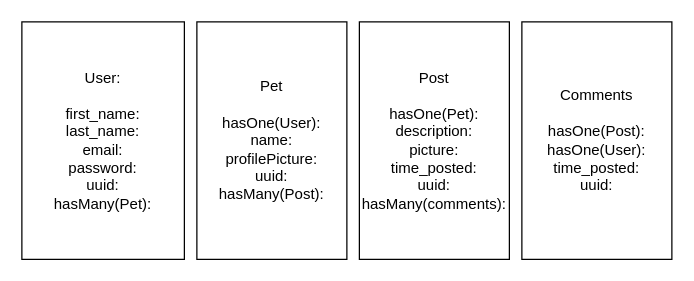
Above: page "Page-2" (2 of 4) of .dio in eljayman/pet-feed (draw.io), before the change. Source tidied: cells renumbered, new cells numbered last; positions are measured from the earlier drawing's top-left corner, leaving out a move shared by most shapes. Both pictures are drawn from the tidied source at 125%, with x=0, y=0 at pixel (21, 21).
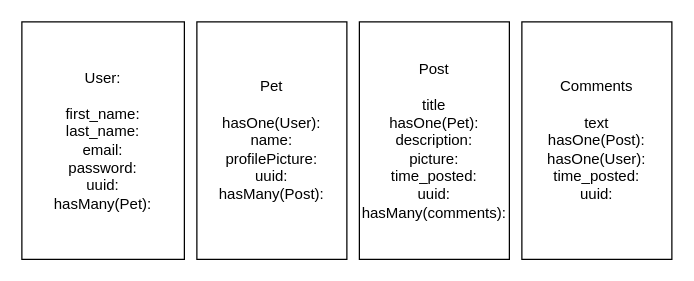
The same page after the edit.

The edit, as a diff of the source:
```diff
@@
 <mxGraphModel>
   <root>
     <mxCell id="0" />
     <mxCell id="1" parent="0" />
     <mxCell id="2" value="User:&lt;br&gt;&lt;br&gt;first_name:&lt;br&gt;last_name:&lt;br&gt;email:&lt;br&gt;password:&lt;br&gt;uuid:&lt;br&gt;hasMany(Pet):&lt;br&gt;" style="whiteSpace=wrap;html=1;" parent="1" vertex="1">
       <mxGeometry width="130" height="190" as="geometry" />
     </mxCell>
     <mxCell id="3" value="Pet&lt;br&gt;&lt;br&gt;hasOne(User):&lt;br&gt;name:&lt;br&gt;profilePicture:&lt;br&gt;uuid:&lt;br&gt;hasMany(Post):" style="whiteSpace=wrap;html=1;" parent="1" vertex="1">
       <mxGeometry x="140" width="120" height="190" as="geometry" />
     </mxCell>
-    <mxCell id="4" value="Post&lt;br&gt;&lt;br&gt;hasOne(Pet):&lt;br&gt;description:&lt;br&gt;picture:&lt;br&gt;time_posted:&lt;br&gt;uuid:&lt;br&gt;hasMany(comments):" style="whiteSpace=wrap;html=1;" parent="1" vertex="1">
+    <mxCell id="4" value="Post&lt;br&gt;&lt;br&gt;title&lt;br&gt;hasOne(Pet):&lt;br&gt;description:&lt;br&gt;picture:&lt;br&gt;time_posted:&lt;br&gt;uuid:&lt;br&gt;hasMany(comments):" style="whiteSpace=wrap;html=1;" parent="1" vertex="1">
       <mxGeometry x="270" width="120" height="190" as="geometry" />
     </mxCell>
-    <mxCell id="5" value="Comments&lt;br&gt;&lt;br&gt;hasOne(Post):&lt;br&gt;hasOne(User):&lt;br&gt;time_posted:&lt;br&gt;uuid:&lt;br&gt;" style="rounded=0;whiteSpace=wrap;html=1;" parent="1" vertex="1">
+    <mxCell id="5" value="Comments&lt;br&gt;&lt;br&gt;text&lt;br&gt;hasOne(Post):&lt;br&gt;hasOne(User):&lt;br&gt;time_posted:&lt;br&gt;uuid:" style="rounded=0;whiteSpace=wrap;html=1;" parent="1" vertex="1">
       <mxGeometry x="400" width="120" height="190" as="geometry" />
     </mxCell>
   </root>
 </mxGraphModel>
```
